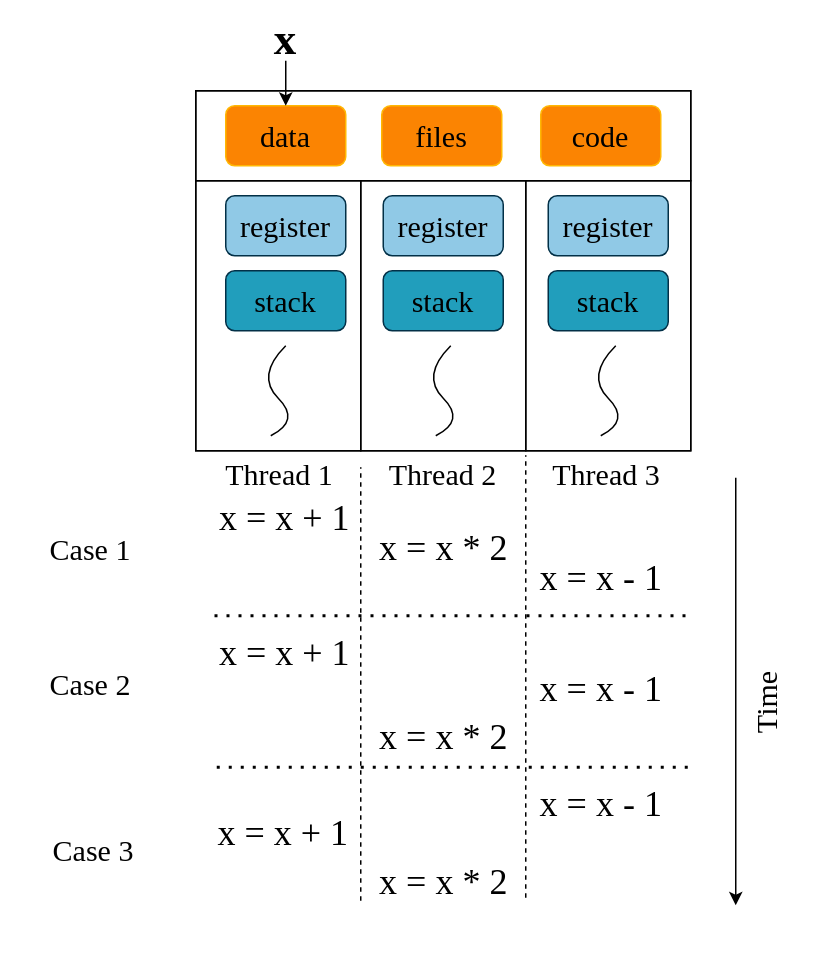
The draw.io diagram img/ch-intro/thread-safe.svg in godaai/scale-py-zh, before a commit. Source tidied: cells renumbered, new cells last; positions are measured from the earlier drawing's top-left corner, leaving out a move shared by most shapes.
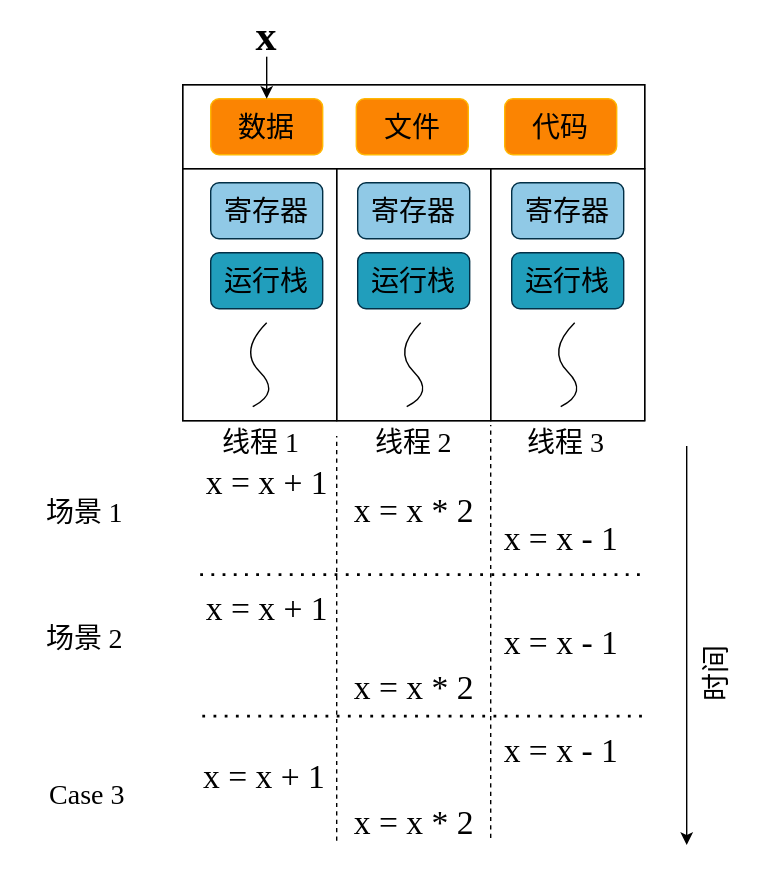
Above is the later version.

Change to the diagram source:
```diff
@@ -17,10 +17,10 @@
     <mxCell id="6" style="rounded=0;whiteSpace=wrap;html=1;fillColor=none;fontFamily=Times New Roman;" parent="1" vertex="1">
       <mxGeometry x="130" y="60" width="330" height="60" as="geometry" />
     </mxCell>
-    <mxCell id="7" value="data" style="rounded=1;whiteSpace=wrap;html=1;fillColor=#FB8402;strokeColor=#FFB703;fontSize=20;fontFamily=Times New Roman;" parent="1" vertex="1">
+    <mxCell id="7" value="数据" style="rounded=1;whiteSpace=wrap;html=1;fillColor=#FB8402;strokeColor=#FFB703;fontSize=20;fontFamily=Times New Roman;" parent="1" vertex="1">
       <mxGeometry x="150" y="70" width="80" height="40" as="geometry" />
     </mxCell>
-    <mxCell id="8" value="files" style="rounded=1;whiteSpace=wrap;html=1;fillColor=#FB8402;strokeColor=#FFB703;fontSize=20;fontFamily=Times New Roman;" parent="1" vertex="1">
+    <mxCell id="8" value="文件" style="rounded=1;whiteSpace=wrap;html=1;fillColor=#FB8402;strokeColor=#FFB703;fontSize=20;fontFamily=Times New Roman;" parent="1" vertex="1">
       <mxGeometry x="254" y="70" width="80" height="40" as="geometry" />
     </mxCell>
     <mxCell id="9" style="curved=1;endArrow=none;html=1;rounded=0;fontSize=18;endFill=0;fontFamily=Times New Roman;" parent="1" edge="1">
@@ -33,7 +33,7 @@
         </Array>
       </mxGeometry>
     </mxCell>
-    <mxCell id="10" value="code" style="rounded=1;whiteSpace=wrap;html=1;fillColor=#FB8402;strokeColor=#FFB703;fontSize=20;fontFamily=Times New Roman;" parent="1" vertex="1">
+    <mxCell id="10" value="代码" style="rounded=1;whiteSpace=wrap;html=1;fillColor=#FB8402;strokeColor=#FFB703;fontSize=20;fontFamily=Times New Roman;" parent="1" vertex="1">
       <mxGeometry x="360" y="70" width="80" height="40" as="geometry" />
     </mxCell>
     <mxCell id="11" style="rounded=0;whiteSpace=wrap;html=1;fontSize=18;fillColor=none;fontFamily=Times New Roman;" parent="1" vertex="1">
@@ -59,22 +59,22 @@
         </Array>
       </mxGeometry>
     </mxCell>
-    <mxCell id="14" value="register" style="rounded=1;whiteSpace=wrap;html=1;fontSize=20;fillColor=#90C9E6;strokeColor=#023047;fontFamily=Times New Roman;" parent="1" vertex="1">
+    <mxCell id="14" value="寄存器" style="rounded=1;whiteSpace=wrap;html=1;fontSize=20;fillColor=#90C9E6;strokeColor=#023047;fontFamily=Times New Roman;" parent="1" vertex="1">
       <mxGeometry x="150" y="130" width="80" height="40" as="geometry" />
     </mxCell>
-    <mxCell id="15" value="register" style="rounded=1;whiteSpace=wrap;html=1;fontSize=20;fillColor=#90C9E6;strokeColor=#023047;fontFamily=Times New Roman;" parent="1" vertex="1">
+    <mxCell id="15" value="寄存器" style="rounded=1;whiteSpace=wrap;html=1;fontSize=20;fillColor=#90C9E6;strokeColor=#023047;fontFamily=Times New Roman;" parent="1" vertex="1">
       <mxGeometry x="255" y="130" width="80" height="40" as="geometry" />
     </mxCell>
-    <mxCell id="16" value="register" style="rounded=1;whiteSpace=wrap;html=1;fontSize=20;fillColor=#90C9E6;strokeColor=#023047;fontFamily=Times New Roman;" parent="1" vertex="1">
+    <mxCell id="16" value="寄存器" style="rounded=1;whiteSpace=wrap;html=1;fontSize=20;fillColor=#90C9E6;strokeColor=#023047;fontFamily=Times New Roman;" parent="1" vertex="1">
       <mxGeometry x="365" y="130" width="80" height="40" as="geometry" />
     </mxCell>
-    <mxCell id="17" value="stack" style="rounded=1;whiteSpace=wrap;html=1;fontSize=20;fillColor=#219EBC;strokeColor=#023047;fontFamily=Times New Roman;" parent="1" vertex="1">
+    <mxCell id="17" value="运行栈" style="rounded=1;whiteSpace=wrap;html=1;fontSize=20;fillColor=#219EBC;strokeColor=#023047;fontFamily=Times New Roman;" parent="1" vertex="1">
       <mxGeometry x="150" y="180" width="80" height="40" as="geometry" />
     </mxCell>
-    <mxCell id="18" value="stack" style="rounded=1;whiteSpace=wrap;html=1;fontSize=20;fillColor=#219EBC;strokeColor=#023047;fontFamily=Times New Roman;" parent="1" vertex="1">
+    <mxCell id="18" value="运行栈" style="rounded=1;whiteSpace=wrap;html=1;fontSize=20;fillColor=#219EBC;strokeColor=#023047;fontFamily=Times New Roman;" parent="1" vertex="1">
       <mxGeometry x="255" y="180" width="80" height="40" as="geometry" />
     </mxCell>
-    <mxCell id="19" value="stack" style="rounded=1;whiteSpace=wrap;html=1;fontSize=20;fillColor=#219EBC;strokeColor=#023047;fontFamily=Times New Roman;" parent="1" vertex="1">
+    <mxCell id="19" value="运行栈" style="rounded=1;whiteSpace=wrap;html=1;fontSize=20;fillColor=#219EBC;strokeColor=#023047;fontFamily=Times New Roman;" parent="1" vertex="1">
       <mxGeometry x="365" y="180" width="80" height="40" as="geometry" />
     </mxCell>
     <mxCell id="20" value="&lt;font size=&quot;1&quot; style=&quot;&quot;&gt;&lt;b style=&quot;font-size: 30px;&quot;&gt;x&lt;/b&gt;&lt;/font&gt;" style="text;html=1;strokeColor=none;fillColor=none;align=center;verticalAlign=middle;whiteSpace=wrap;rounded=0;fontFamily=Times New Roman;" parent="1" vertex="1">
@@ -110,17 +110,17 @@
         <mxPoint x="350" y="303" as="targetPoint" />
       </mxGeometry>
     </mxCell>
-    <mxCell id="28" value="&lt;font style=&quot;font-size: 20px;&quot;&gt;Thread 1&lt;/font&gt;" style="text;html=1;strokeColor=none;fillColor=none;align=center;verticalAlign=middle;whiteSpace=wrap;rounded=0;fontSize=24;fontFamily=Times New Roman;" parent="1" vertex="1">
+    <mxCell id="28" value="&lt;font style=&quot;font-size: 20px;&quot;&gt;线程&amp;nbsp;1&lt;/font&gt;" style="text;html=1;strokeColor=none;fillColor=none;align=center;verticalAlign=middle;whiteSpace=wrap;rounded=0;fontSize=24;fontFamily=Times New Roman;" parent="1" vertex="1">
       <mxGeometry x="136.2" y="300" width="100" height="30" as="geometry" />
     </mxCell>
-    <mxCell id="29" value="&lt;font style=&quot;font-size: 20px;&quot;&gt;Thread 2&lt;/font&gt;" style="text;html=1;strokeColor=none;fillColor=none;align=center;verticalAlign=middle;whiteSpace=wrap;rounded=0;fontSize=24;fontFamily=Times New Roman;" parent="1" vertex="1">
+    <mxCell id="29" value="&lt;font style=&quot;font-size: 20px;&quot;&gt;线程&amp;nbsp;2&lt;/font&gt;" style="text;html=1;strokeColor=none;fillColor=none;align=center;verticalAlign=middle;whiteSpace=wrap;rounded=0;fontSize=24;fontFamily=Times New Roman;" parent="1" vertex="1">
       <mxGeometry x="245" y="300" width="100" height="30" as="geometry" />
     </mxCell>
-    <mxCell id="30" value="&lt;font style=&quot;font-size: 20px;&quot;&gt;Thread 3&lt;/font&gt;" style="text;html=1;strokeColor=none;fillColor=none;align=center;verticalAlign=middle;whiteSpace=wrap;rounded=0;fontSize=24;fontFamily=Times New Roman;" parent="1" vertex="1">
+    <mxCell id="30" value="&lt;font style=&quot;font-size: 20px;&quot;&gt;线程&amp;nbsp;3&lt;/font&gt;" style="text;html=1;strokeColor=none;fillColor=none;align=center;verticalAlign=middle;whiteSpace=wrap;rounded=0;fontSize=24;fontFamily=Times New Roman;" parent="1" vertex="1">
       <mxGeometry x="353.8" y="300" width="100" height="30" as="geometry" />
     </mxCell>
-    <mxCell id="31" value="Time" style="text;html=1;strokeColor=none;fillColor=none;align=center;verticalAlign=middle;whiteSpace=wrap;rounded=0;fontFamily=Times New Roman;fontSize=20;horizontal=0;" parent="1" vertex="1">
-      <mxGeometry x="480" y="453" width="60" height="30" as="geometry" />
+    <mxCell id="31" value="时间" style="text;html=1;strokeColor=none;fillColor=none;align=center;verticalAlign=middle;whiteSpace=wrap;rounded=0;fontFamily=Times New Roman;fontSize=20;horizontal=0;" parent="1" vertex="1">
+      <mxGeometry x="480" y="453" width="60" height="57" as="geometry" />
     </mxCell>
     <mxCell id="32" style="endArrow=none;dashed=1;html=1;dashPattern=1 3;strokeWidth=2;rounded=0;fontFamily=Times New Roman;fontSize=20;" parent="1" edge="1">
       <mxGeometry relative="1" as="geometry">
@@ -152,10 +152,10 @@
     <mxCell id="39" value="x = x - 1" style="text;html=1;strokeColor=none;fillColor=none;align=center;verticalAlign=middle;whiteSpace=wrap;rounded=0;fontSize=24;fontFamily=Times New Roman;" parent="1" vertex="1">
       <mxGeometry x="352.5" y="521" width="95" height="30" as="geometry" />
     </mxCell>
-    <mxCell id="40" value="&lt;font&gt;Case 1&lt;/font&gt;" style="text;html=1;strokeColor=none;fillColor=none;align=center;verticalAlign=middle;whiteSpace=wrap;rounded=0;fontFamily=Times New Roman;fontSize=20;" parent="1" vertex="1">
+    <mxCell id="40" value="&lt;font&gt;场景 1&lt;/font&gt;" style="text;html=1;strokeColor=none;fillColor=none;align=center;verticalAlign=middle;whiteSpace=wrap;rounded=0;fontFamily=Times New Roman;fontSize=20;" parent="1" vertex="1">
       <mxGeometry x="10" y="350" width="100" height="30" as="geometry" />
     </mxCell>
-    <mxCell id="41" value="&lt;font&gt;Case 2&lt;/font&gt;" style="text;html=1;strokeColor=none;fillColor=none;align=center;verticalAlign=middle;whiteSpace=wrap;rounded=0;fontFamily=Times New Roman;fontSize=20;" parent="1" vertex="1">
+    <mxCell id="41" value="&lt;font&gt;场景 2&lt;/font&gt;" style="text;html=1;strokeColor=none;fillColor=none;align=center;verticalAlign=middle;whiteSpace=wrap;rounded=0;fontFamily=Times New Roman;fontSize=20;" parent="1" vertex="1">
       <mxGeometry x="10" y="440" width="100" height="30" as="geometry" />
     </mxCell>
     <mxCell id="42" value="&lt;font&gt;Case 3&lt;/font&gt;" style="text;html=1;strokeColor=none;fillColor=none;align=center;verticalAlign=middle;whiteSpace=wrap;rounded=0;fontFamily=Times New Roman;fontSize=20;" parent="1" vertex="1">
```
